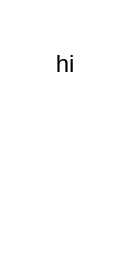
KalharaJayathissa/Brightbuy_db_ERD keeps this draw.io diagram as BrightBuy_ERD.drawio. Above is the earlier version. Source tidied: cells renumbered, new cells numbered last; positions are measured from the earlier drawing's top-left corner, leaving out a move shared by most shapes. Both pictures are drawn from the tidied source at 200%, with x=0, y=0 at pixel (34, 34).
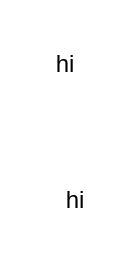
The same page after the edit.

What changed in the source:
```diff
@@
 <mxGraphModel>
   <root>
     <mxCell id="0" />
     <mxCell id="1" parent="0" />
     <mxCell id="2" value="hi" style="text;html=1;align=center;verticalAlign=middle;strokeColor=none;fillColor=none;" parent="1" vertex="1">
       <mxGeometry width="30" height="30" as="geometry" />
     </mxCell>
+    <mxCell id="3" value="hi" style="text;html=1;align=center;verticalAlign=middle;strokeColor=none;fillColor=none;" parent="1" vertex="1">
+      <mxGeometry x="5" y="68" width="30" height="30" as="geometry" />
+    </mxCell>
   </root>
 </mxGraphModel>
```
